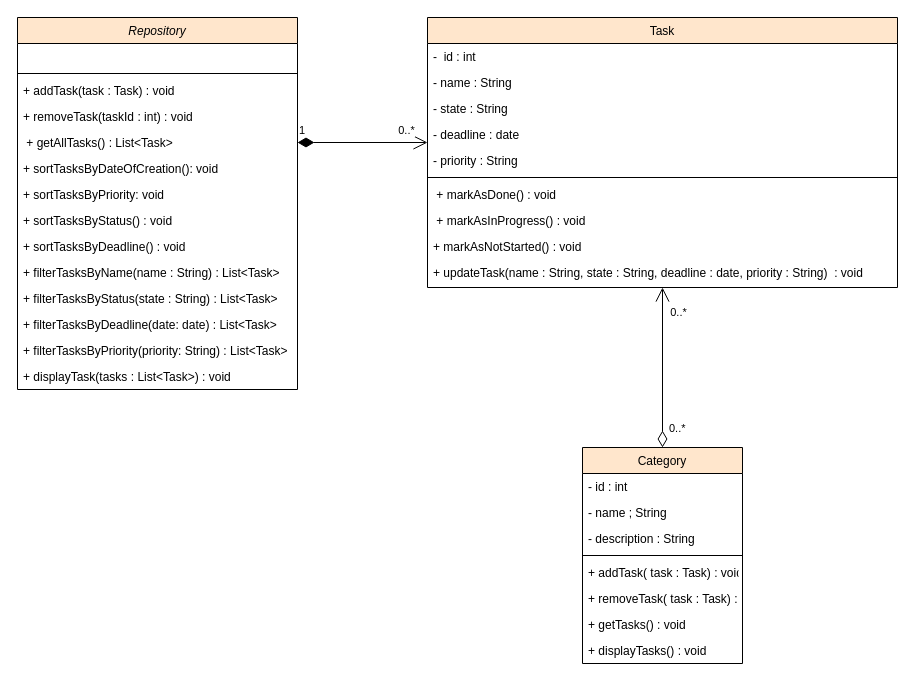
Above: Diagrams/class diagram.drawio in Roomataaroa-Nathanael/ToDoList (draw.io), before the change. Source tidied: cells renumbered, new cells numbered last; positions are measured from the earlier drawing's top-left corner, leaving out a move shared by most shapes. Both pictures are drawn from the tidied source at 100%, with x=0, y=0 at pixel (17, 17).
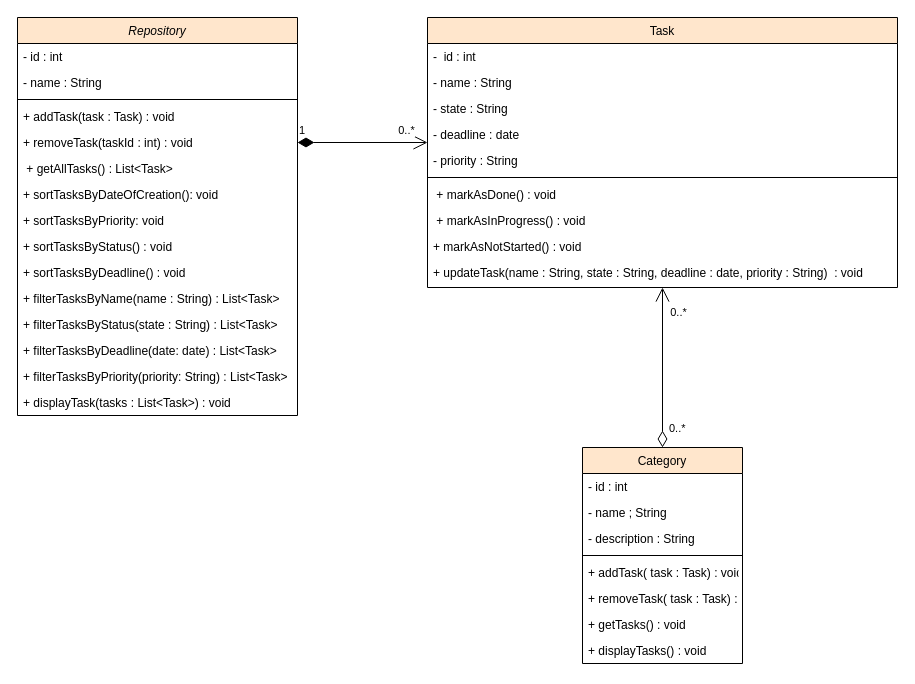
Above is the later version.

Commit message (it also covers changes not shown here):
Added E/R model (.asi + PNG), added explanatory DOCX, updated class diagram

Change to the diagram source:
```diff
@@
     <mxCell id="2" value="Repository" style="swimlane;fontStyle=2;align=center;verticalAlign=top;horizontal=1;startSize=26;rounded=0;shadow=0;strokeWidth=1;fillColor=#FFE6CC;" parent="1" vertex="1">
-      <mxGeometry width="280" height="372" as="geometry" />
+      <mxGeometry width="280" height="398" as="geometry" />
     </mxCell>
-    <mxCell id="3" value="   " style="text;align=left;verticalAlign=top;spacingLeft=4;spacingRight=4;overflow=hidden;" parent="2" vertex="1">
+    <mxCell id="3" value="- id : int&#10;" style="text;align=left;verticalAlign=top;spacingLeft=4;spacingRight=4;overflow=hidden;" parent="2" vertex="1">
       <mxGeometry y="26" width="280" height="26" as="geometry" />
     </mxCell>
+    <mxCell id="41" value="- name : String&#10;" style="text;align=left;verticalAlign=top;spacingLeft=4;spacingRight=4;overflow=hidden;" parent="2" vertex="1">
+      <mxGeometry y="52" width="280" height="26" as="geometry" />
+    </mxCell>
     <mxCell id="4" style="line;html=1;strokeWidth=1;align=left;verticalAlign=middle;spacingTop=-1;spacingLeft=3;spacingRight=3;labelPosition=right;" parent="2" vertex="1">
-      <mxGeometry y="52" width="280" height="8" as="geometry" />
+      <mxGeometry y="78" width="280" height="8" as="geometry" />
     </mxCell>
     <mxCell id="5" value="+ addTask(task : Task) : void" style="text;align=left;verticalAlign=top;spacingLeft=4;spacingRight=4;overflow=hidden;" parent="2" vertex="1">
-      <mxGeometry y="60" width="280" height="26" as="geometry" />
+      <mxGeometry y="86" width="280" height="26" as="geometry" />
     </mxCell>
     <mxCell id="6" value="+ removeTask(taskId : int) : void" style="text;align=left;verticalAlign=top;spacingLeft=4;spacingRight=4;overflow=hidden;points=[[0,0.5],[1,0.5]];portConstraint=eastwest;" parent="2" vertex="1">
-      <mxGeometry y="86" width="280" height="26" as="geometry" />
+      <mxGeometry y="112" width="280" height="26" as="geometry" />
     </mxCell>
     <mxCell id="7" value=" + getAllTasks() : List&lt;Task&gt;" style="text;align=left;verticalAlign=top;spacingLeft=4;spacingRight=4;overflow=hidden;points=[[0,0.5],[1,0.5]];portConstraint=eastwest;" parent="2" vertex="1">
-      <mxGeometry y="112" width="280" height="26" as="geometry" />
+      <mxGeometry y="138" width="280" height="26" as="geometry" />
     </mxCell>
     <mxCell id="8" value="+ sortTasksByDateOfCreation(): void" style="text;align=left;verticalAlign=top;spacingLeft=4;spacingRight=4;overflow=hidden;" parent="2" vertex="1">
-      <mxGeometry y="138" width="280" height="26" as="geometry" />
+      <mxGeometry y="164" width="280" height="26" as="geometry" />
     </mxCell>
     <mxCell id="9" value="+ sortTasksByPriority: void" style="text;align=left;verticalAlign=top;spacingLeft=4;spacingRight=4;overflow=hidden;" parent="2" vertex="1">
-      <mxGeometry y="164" width="280" height="26" as="geometry" />
+      <mxGeometry y="190" width="280" height="26" as="geometry" />
     </mxCell>
     <mxCell id="10" value="+ sortTasksByStatus() : void" style="text;align=left;verticalAlign=top;spacingLeft=4;spacingRight=4;overflow=hidden;" parent="2" vertex="1">
-      <mxGeometry y="190" width="280" height="26" as="geometry" />
+      <mxGeometry y="216" width="280" height="26" as="geometry" />
     </mxCell>
     <mxCell id="11" value="+ sortTasksByDeadline() : void" style="text;align=left;verticalAlign=top;spacingLeft=4;spacingRight=4;overflow=hidden;" parent="2" vertex="1">
-      <mxGeometry y="216" width="280" height="26" as="geometry" />
+      <mxGeometry y="242" width="280" height="26" as="geometry" />
     </mxCell>
     <mxCell id="12" value="+ filterTasksByName(name : String) : List&lt;Task&gt;" style="text;align=left;verticalAlign=top;spacingLeft=4;spacingRight=4;overflow=hidden;" parent="2" vertex="1">
-      <mxGeometry y="242" width="280" height="26" as="geometry" />
+      <mxGeometry y="268" width="280" height="26" as="geometry" />
     </mxCell>
     <mxCell id="13" value="+ filterTasksByStatus(state : String) : List&lt;Task&gt;" style="text;align=left;verticalAlign=top;spacingLeft=4;spacingRight=4;overflow=hidden;" parent="2" vertex="1">
-      <mxGeometry y="268" width="280" height="26" as="geometry" />
+      <mxGeometry y="294" width="280" height="26" as="geometry" />
     </mxCell>
     <mxCell id="14" value="+ filterTasksByDeadline(date: date) : List&lt;Task&gt;" style="text;align=left;verticalAlign=top;spacingLeft=4;spacingRight=4;overflow=hidden;" parent="2" vertex="1">
-      <mxGeometry y="294" width="280" height="26" as="geometry" />
+      <mxGeometry y="320" width="280" height="26" as="geometry" />
     </mxCell>
     <mxCell id="15" value="+ filterTasksByPriority(priority: String) : List&lt;Task&gt;" style="text;align=left;verticalAlign=top;spacingLeft=4;spacingRight=4;overflow=hidden;" parent="2" vertex="1">
-      <mxGeometry y="320" width="280" height="26" as="geometry" />
+      <mxGeometry y="346" width="280" height="26" as="geometry" />
     </mxCell>
     <mxCell id="16" value="+ displayTask(tasks : List&lt;Task&gt;) : void" style="text;align=left;verticalAlign=top;spacingLeft=4;spacingRight=4;overflow=hidden;" parent="2" vertex="1">
-      <mxGeometry y="346" width="280" height="26" as="geometry" />
+      <mxGeometry y="372" width="280" height="26" as="geometry" />
     </mxCell>
@@
-    <mxCell id="39" value="1" style="endArrow=open;html=1;endSize=12;startArrow=diamondThin;startSize=14;startFill=1;align=left;verticalAlign=bottom;rounded=0;exitX=1;exitY=0.5;exitDx=0;exitDy=0;" parent="1" edge="1" source="7">
+    <mxCell id="39" value="1" style="endArrow=open;html=1;endSize=12;startArrow=diamondThin;startSize=14;startFill=1;align=left;verticalAlign=bottom;rounded=0;exitX=1;exitY=0.5;exitDx=0;exitDy=0;" parent="1" edge="1" source="6">
       <mxGeometry x="-1" y="3" relative="1" as="geometry">
         <mxPoint x="410" y="125" as="targetPoint" />
       </mxGeometry>
     </mxCell>
```
